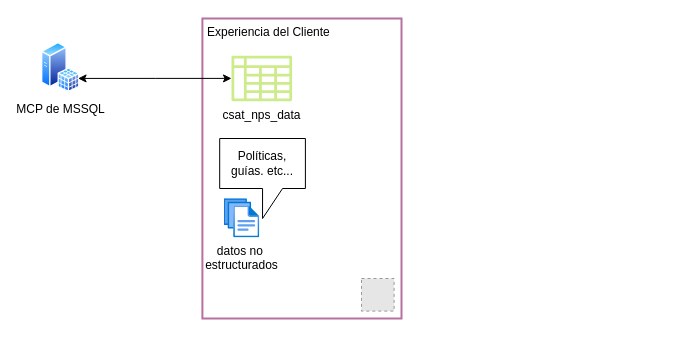
This is diagrama_demo_quick_suite.drawio from Ever-417/diagramas, a draw.io file, before an edit. Source tidied: cells renumbered, new cells numbered last; positions are measured from the earlier drawing's top-left corner, leaving out a move shared by most shapes. Both pictures are drawn from the tidied source at 100%, with x=0, y=0 at pixel (41, 18). Pictures stored in the file or linked from it are replaced by grey dashed boxes.
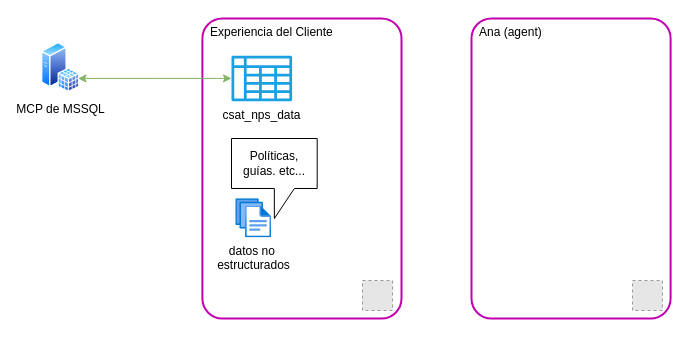
Above is the later version.

Change to the diagram source:
```diff
@@
 <mxGraphModel>
   <root>
     <mxCell id="0" />
     <mxCell id="1" parent="0" />
     <mxCell id="2" style="group;" parent="1" vertex="1">
-      <mxGeometry x="160" width="200" height="300" as="geometry" />
+      <mxGeometry x="160" width="211" height="312" as="geometry" />
     </mxCell>
-    <mxCell id="3" value="Experiencia del Cliente" style="rounded=0;whiteSpace=wrap;html=1;verticalAlign=top;align=left;spacingLeft=3;labelBackgroundColor=none;fillColor=none;strokeColor=light-dark(#b671a1, #ededed);strokeWidth=2;" parent="2" vertex="1">
+    <mxCell id="3" value="Experiencia del Cliente" style="rounded=1;whiteSpace=wrap;html=1;verticalAlign=top;align=left;spacingLeft=6;labelBackgroundColor=none;fillColor=none;strokeColor=light-dark(#c300b0, #ededed);strokeWidth=2;arcSize=10;" parent="2" vertex="1">
       <mxGeometry x="0.9" width="199.1" height="300" as="geometry" />
     </mxCell>
-    <mxCell id="4" style="fillColor=#E6E6E6;strokeColor=#999999;dashed=1;verticalLabelPosition=bottom;labelBackgroundColor=default;verticalAlign=top;" parent="2" vertex="1">
-      <mxGeometry x="160" y="260" width="32.6" height="32.6" as="geometry" />
-    </mxCell>
-    <mxCell id="5" value="csat_nps_data" style="sketch=0;outlineConnect=0;fillColor=#cdeb8b;strokeColor=#36393d;dashed=0;verticalLabelPosition=bottom;verticalAlign=top;align=center;html=1;fontSize=12;fontStyle=0;shape=mxgraph.aws4.data_table;" parent="2" vertex="1">
+    <mxCell id="5" value="csat_nps_data" style="sketch=0;outlineConnect=0;fillColor=#1ba1e2;strokeColor=#006EAF;dashed=0;verticalLabelPosition=bottom;verticalAlign=top;align=center;html=1;fontSize=12;fontStyle=0;shape=mxgraph.aws4.data_table;fontColor=#000000;" parent="2" vertex="1">
       <mxGeometry x="30" y="37" width="60.6" height="45.9" as="geometry" />
     </mxCell>
+    <mxCell id="10" style="group;" parent="2" vertex="1">
+      <mxGeometry x="30" y="120" width="85.7" height="99.3" as="geometry" />
+    </mxCell>
-    <mxCell id="6" value="datos no&amp;nbsp;&lt;div&gt;estructurados&lt;/div&gt;" style="image;html=1;align=center;fontSize=12;image=img/lib/azure2/general/Files.svg;" parent="2" vertex="1">
-      <mxGeometry x="22.5" y="180.2" width="35.8" height="39.2" as="geometry" />
+    <mxCell id="6" value="datos no&amp;nbsp;&lt;div&gt;estructurados&lt;/div&gt;" style="image;html=1;align=center;fontSize=12;image=img/lib/azure2/general/Files.svg;" parent="10" vertex="1">
+      <mxGeometry x="4.3" y="60.2" width="35.8" height="39.2" as="geometry" />
     </mxCell>
-    <mxCell id="7" value="Políticas, guías. etc..." style="shape=callout;whiteSpace=wrap;html=1;perimeter=calloutPerimeter;" parent="2" vertex="1">
-      <mxGeometry x="18.2" y="120" width="85.7" height="80" as="geometry" />
+    <mxCell id="7" value="Políticas, guías. etc..." style="shape=callout;whiteSpace=wrap;html=1;perimeter=calloutPerimeter;" parent="10" vertex="1">
+      <mxGeometry width="85.7" height="80" as="geometry" />
     </mxCell>
+    <mxCell id="11" style="fillColor=#E6E6E6;strokeColor=#999999;dashed=1;verticalLabelPosition=bottom;labelBackgroundColor=default;verticalAlign=top;" parent="2" vertex="1">
+      <mxGeometry x="161" y="262" width="30" height="30" as="geometry" />
+    </mxCell>
     <mxCell id="8" value="MCP de MSSQL" style="image;perimeter=ellipsePerimeter;html=1;align=center;shadow=0;dashed=0;spacingTop=3;image=img/lib/active_directory/sql_server.svg;" parent="1" vertex="1">
       <mxGeometry y="24" width="38.5" height="50" as="geometry" />
     </mxCell>
-    <mxCell id="9" style="edgeStyle=orthogonalEdgeStyle;rounded=0;jettySize=auto;html=1;entryX=1;entryY=0.75;entryDx=0;entryDy=0;startArrow=classic;startFill=1;" parent="1" edge="1" source="5" target="8">
+    <mxCell id="9" style="edgeStyle=orthogonalEdgeStyle;rounded=0;jettySize=auto;html=1;entryX=1;entryY=0.75;entryDx=0;entryDy=0;startArrow=classic;startFill=1;fillColor=#d5e8d4;strokeColor=#82b366;" parent="1" edge="1" source="5" target="8">
       <mxGeometry relative="1" as="geometry" />
     </mxCell>
+    <mxCell id="12" style="group;" parent="1" vertex="1">
+      <mxGeometry x="430" width="199.1" height="300" as="geometry" />
+    </mxCell>
+    <mxCell id="13" value="Ana (agent)" style="rounded=1;whiteSpace=wrap;html=1;verticalAlign=top;align=left;spacingLeft=6;labelBackgroundColor=none;fillColor=none;strokeColor=light-dark(#c300b0, #ededed);strokeWidth=2;arcSize=10;" parent="12" vertex="1">
+      <mxGeometry width="199.1" height="300" as="geometry" />
+    </mxCell>
+    <mxCell id="14" style="fillColor=#E6E6E6;strokeColor=#999999;dashed=1;verticalLabelPosition=bottom;labelBackgroundColor=default;verticalAlign=top;" parent="12" vertex="1">
+      <mxGeometry x="161" y="262" width="30" height="30" as="geometry" />
+    </mxCell>
   </root>
 </mxGraphModel>
```
